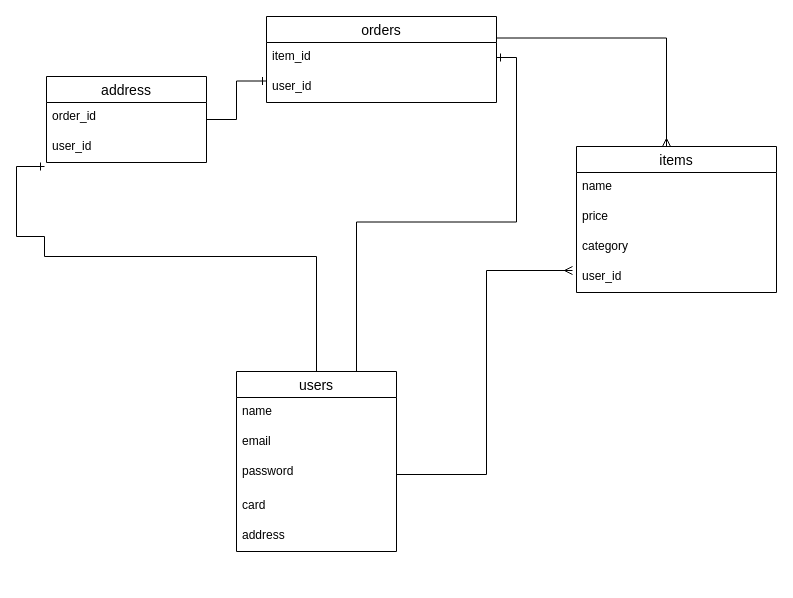
The draw.io diagram furima.dio in satoba-30/furima-35031, before the edit. Source tidied: cells renumbered, new cells numbered last; positions are measured from the earlier drawing's top-left corner, leaving out a move shared by most shapes. Both pictures are drawn from the tidied source at 100%, with x=0, y=0 at pixel (16, 16).
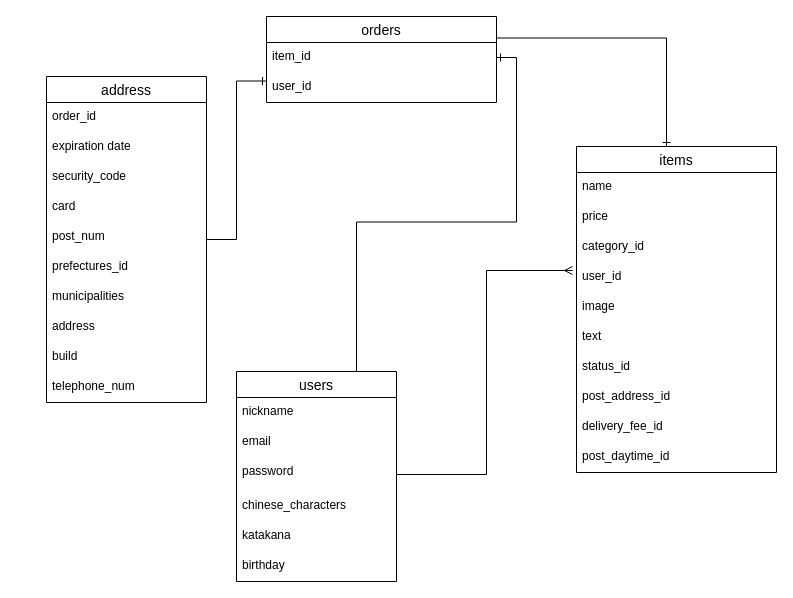
The same diagram, later.

Commit message:
データベース　修正２

Unchanged cells that the change refers to:
```xml
<mxCell id="11" value="orders" style="swimlane;fontStyle=0;horizontal=1;startSize=26;align=center;fontSize=14;" parent="1" vertex="1">
  <mxGeometry x="250" width="230" height="86" as="geometry" />
</mxCell>
```

The edit, as a diff of the source:
```diff
@@
-    <mxCell id="2" style="edgeStyle=orthogonalEdgeStyle;rounded=0;jettySize=auto;html=1;endArrow=ERone;endFill=0;" parent="1" edge="1" source="4">
-      <mxGeometry relative="1" as="geometry">
-        <mxPoint x="28" y="150" as="targetPoint" />
-        <Array as="points">
-          <mxPoint x="300" y="240" />
-          <mxPoint x="28" y="240" />
-          <mxPoint x="28" y="220" />
-          <mxPoint y="220" />
-          <mxPoint y="150" />
-        </Array>
-      </mxGeometry>
-    </mxCell>
@@
     <mxCell id="4" value="users" style="swimlane;fontStyle=0;horizontal=1;startSize=26;align=center;fontSize=14;" parent="1" vertex="1">
-      <mxGeometry x="220" y="355" width="160" height="180" as="geometry" />
+      <mxGeometry x="220" y="355" width="160" height="210" as="geometry" />
     </mxCell>
-    <mxCell id="5" value="name" style="text;strokeColor=none;fillColor=none;spacingLeft=4;spacingRight=4;overflow=hidden;fontSize=12;" parent="4" vertex="1">
+    <mxCell id="5" value="nickname" style="text;strokeColor=none;fillColor=none;spacingLeft=4;spacingRight=4;overflow=hidden;fontSize=12;" parent="4" vertex="1">
       <mxGeometry y="26" width="160" height="30" as="geometry" />
     </mxCell>
@@
-    <mxCell id="8" value="card" style="text;strokeColor=none;fillColor=none;spacingLeft=4;spacingRight=4;overflow=hidden;fontSize=12;" parent="4" vertex="1">
+    <mxCell id="8" value="chinese_characters&#10;" style="text;strokeColor=none;fillColor=none;spacingLeft=4;spacingRight=4;overflow=hidden;fontSize=12;" parent="4" vertex="1">
       <mxGeometry y="120" width="160" height="30" as="geometry" />
     </mxCell>
-    <mxCell id="9" value="address" style="text;strokeColor=none;fillColor=none;spacingLeft=4;spacingRight=4;overflow=hidden;fontSize=12;" parent="4" vertex="1">
+    <mxCell id="9" value="katakana" style="text;strokeColor=none;fillColor=none;spacingLeft=4;spacingRight=4;overflow=hidden;fontSize=12;" parent="4" vertex="1">
       <mxGeometry y="150" width="160" height="30" as="geometry" />
     </mxCell>
+    <mxCell id="24" value="birthday " style="text;strokeColor=none;fillColor=none;spacingLeft=4;spacingRight=4;overflow=hidden;fontSize=12;" parent="4" vertex="1">
+      <mxGeometry y="180" width="160" height="30" as="geometry" />
+    </mxCell>
-    <mxCell id="10" style="edgeStyle=orthogonalEdgeStyle;rounded=0;jettySize=auto;html=1;exitX=1;exitY=0.25;exitDx=0;exitDy=0;entryX=0.45;entryY=0;entryDx=0;entryDy=0;entryPerimeter=0;endArrow=ERmany;endFill=0;" parent="1" edge="1" source="11" target="14">
+    <mxCell id="10" style="edgeStyle=orthogonalEdgeStyle;rounded=0;jettySize=auto;html=1;exitX=1;exitY=0.25;exitDx=0;exitDy=0;entryX=0.45;entryY=0;entryDx=0;entryDy=0;entryPerimeter=0;endArrow=ERone;endFill=0;" parent="1" edge="1" source="11" target="14">
       <mxGeometry relative="1" as="geometry" />
     </mxCell>
@@
     <mxCell id="14" value="items" style="swimlane;fontStyle=0;horizontal=1;startSize=26;align=center;fontSize=14;" parent="1" vertex="1">
-      <mxGeometry x="560" y="130" width="200" height="146" as="geometry" />
+      <mxGeometry x="560" y="130" width="200" height="326" as="geometry" />
     </mxCell>
@@
-    <mxCell id="17" value="category" style="text;strokeColor=none;fillColor=none;spacingLeft=4;spacingRight=4;overflow=hidden;fontSize=12;" parent="14" vertex="1">
+    <mxCell id="17" value="category_id" style="text;strokeColor=none;fillColor=none;spacingLeft=4;spacingRight=4;overflow=hidden;fontSize=12;" parent="14" vertex="1">
       <mxGeometry y="86" width="200" height="30" as="geometry" />
     </mxCell>
@@
+    <mxCell id="25" value="image" style="text;strokeColor=none;fillColor=none;spacingLeft=4;spacingRight=4;overflow=hidden;fontSize=12;" parent="14" vertex="1">
+      <mxGeometry y="146" width="200" height="30" as="geometry" />
+    </mxCell>
+    <mxCell id="26" value="text " style="text;strokeColor=none;fillColor=none;spacingLeft=4;spacingRight=4;overflow=hidden;fontSize=12;" parent="14" vertex="1">
+      <mxGeometry y="176" width="200" height="30" as="geometry" />
+    </mxCell>
+    <mxCell id="27" value="status_id" style="text;strokeColor=none;fillColor=none;spacingLeft=4;spacingRight=4;overflow=hidden;fontSize=12;" parent="14" vertex="1">
+      <mxGeometry y="206" width="200" height="30" as="geometry" />
+    </mxCell>
+    <mxCell id="28" value="post_address_id" style="text;strokeColor=none;fillColor=none;spacingLeft=4;spacingRight=4;overflow=hidden;fontSize=12;" parent="14" vertex="1">
+      <mxGeometry y="236" width="200" height="30" as="geometry" />
+    </mxCell>
+    <mxCell id="29" value="delivery_fee_id" style="text;strokeColor=none;fillColor=none;spacingLeft=4;spacingRight=4;overflow=hidden;fontSize=12;" parent="14" vertex="1">
+      <mxGeometry y="266" width="200" height="30" as="geometry" />
+    </mxCell>
+    <mxCell id="30" value="post_daytime_id" style="text;strokeColor=none;fillColor=none;spacingLeft=4;spacingRight=4;overflow=hidden;fontSize=12;" parent="14" vertex="1">
+      <mxGeometry y="296" width="200" height="30" as="geometry" />
+    </mxCell>
@@
     <mxCell id="20" value="address" style="swimlane;fontStyle=0;horizontal=1;startSize=26;align=center;fontSize=14;" parent="1" vertex="1">
-      <mxGeometry x="30" y="60" width="160" height="86" as="geometry" />
+      <mxGeometry x="30" y="60" width="160" height="326" as="geometry" />
     </mxCell>
@@
+    <mxCell id="31" value="expiration date" style="text;strokeColor=none;fillColor=none;spacingLeft=4;spacingRight=4;overflow=hidden;fontSize=12;" parent="20" vertex="1">
+      <mxGeometry y="56" width="160" height="30" as="geometry" />
+    </mxCell>
+    <mxCell id="32" value="security_code" style="text;strokeColor=none;fillColor=none;spacingLeft=4;spacingRight=4;overflow=hidden;fontSize=12;" parent="20" vertex="1">
+      <mxGeometry y="86" width="160" height="30" as="geometry" />
+    </mxCell>
-    <mxCell id="22" value="user_id" style="text;strokeColor=none;fillColor=none;spacingLeft=4;spacingRight=4;overflow=hidden;fontSize=12;" parent="20" vertex="1">
-      <mxGeometry y="56" width="160" height="30" as="geometry" />
+    <mxCell id="22" value="card " style="text;strokeColor=none;fillColor=none;spacingLeft=4;spacingRight=4;overflow=hidden;fontSize=12;" parent="20" vertex="1">
+      <mxGeometry y="116" width="160" height="30" as="geometry" />
     </mxCell>
+    <mxCell id="33" value="post_num" style="text;strokeColor=none;fillColor=none;spacingLeft=4;spacingRight=4;overflow=hidden;fontSize=12;" parent="20" vertex="1">
+      <mxGeometry y="146" width="160" height="30" as="geometry" />
+    </mxCell>
+    <mxCell id="34" value="prefectures_id" style="text;strokeColor=none;fillColor=none;spacingLeft=4;spacingRight=4;overflow=hidden;fontSize=12;" parent="20" vertex="1">
+      <mxGeometry y="176" width="160" height="30" as="geometry" />
+    </mxCell>
+    <mxCell id="35" value="municipalities" style="text;strokeColor=none;fillColor=none;spacingLeft=4;spacingRight=4;overflow=hidden;fontSize=12;" parent="20" vertex="1">
+      <mxGeometry y="206" width="160" height="30" as="geometry" />
+    </mxCell>
+    <mxCell id="36" value="address" style="text;strokeColor=none;fillColor=none;spacingLeft=4;spacingRight=4;overflow=hidden;fontSize=12;" parent="20" vertex="1">
+      <mxGeometry y="236" width="160" height="30" as="geometry" />
+    </mxCell>
+    <mxCell id="37" value="build" style="text;strokeColor=none;fillColor=none;spacingLeft=4;spacingRight=4;overflow=hidden;fontSize=12;" parent="20" vertex="1">
+      <mxGeometry y="266" width="160" height="30" as="geometry" />
+    </mxCell>
+    <mxCell id="38" value="telephone_num" style="text;strokeColor=none;fillColor=none;spacingLeft=4;spacingRight=4;overflow=hidden;fontSize=12;" parent="20" vertex="1">
+      <mxGeometry y="296" width="160" height="30" as="geometry" />
+    </mxCell>
```
